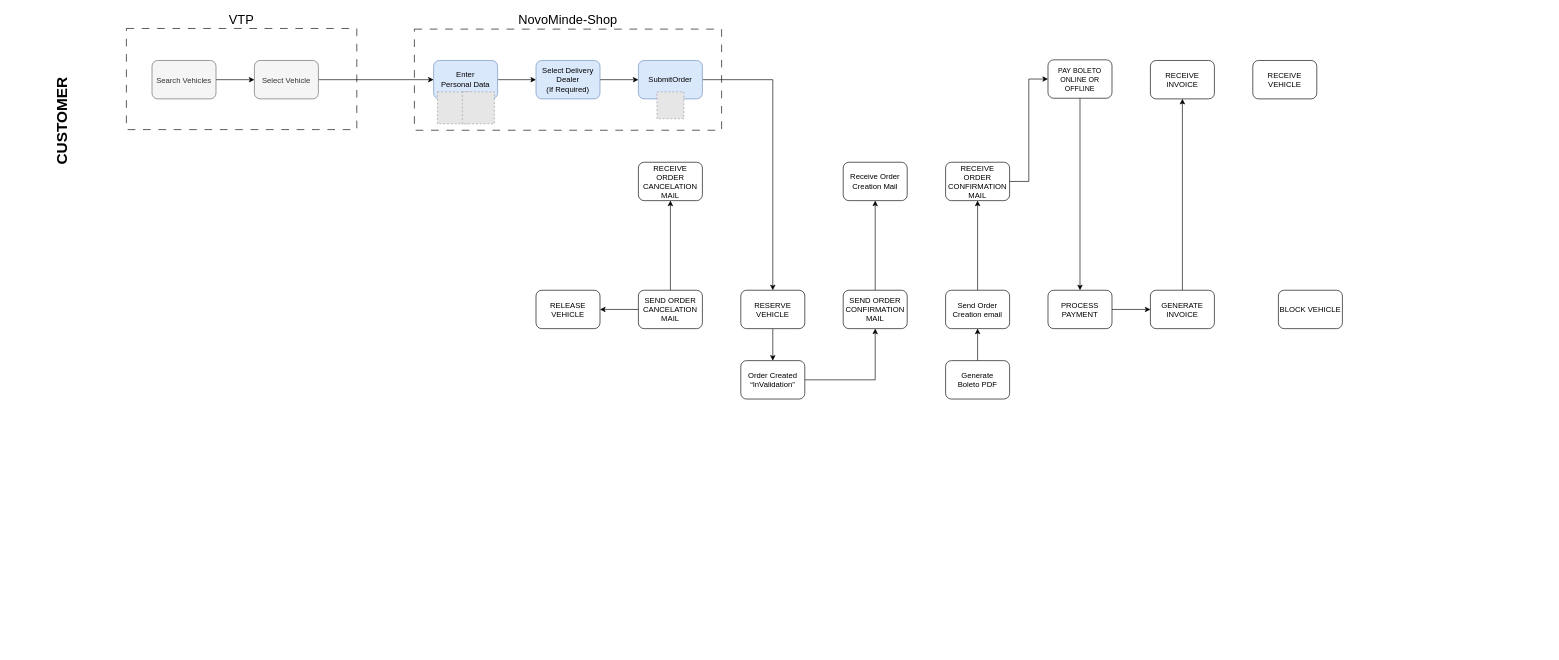
Earlier version of the draw.io diagram eShopLite.drawio (leo-odilon/draw.io). Source tidied: cells renumbered, new cells numbered last; positions are measured from the earlier drawing's top-left corner, leaving out a move shared by most shapes. Both pictures are drawn from the tidied source at 64%, with x=0, y=0 at pixel (11, 28). Pictures stored in the file or linked from it are replaced by grey dashed boxes.
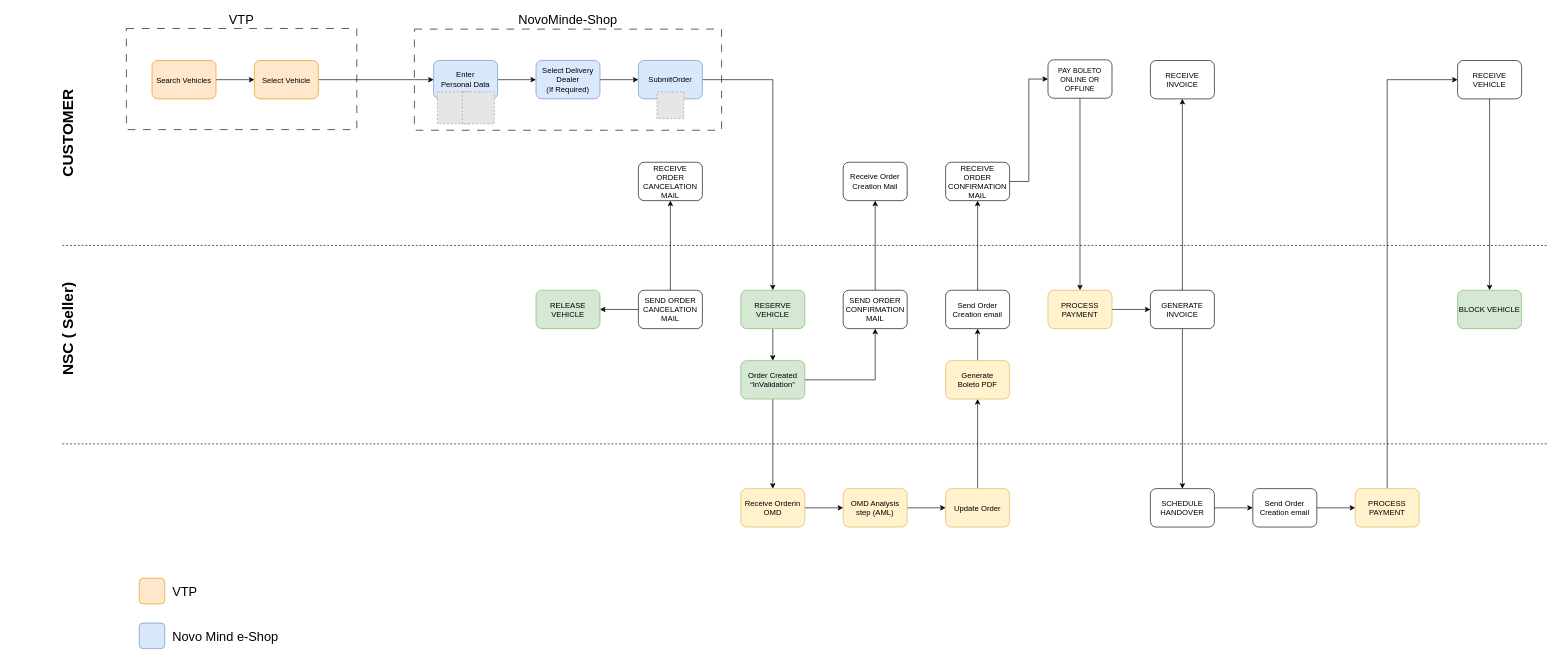
After the change.

Unchanged cells that the change refers to:
```xml
<mxCell id="39" value="&lt;p style=&quot;margin: 0px; font-variant-numeric: normal; font-variant-east-asian: normal; font-variant-alternates: normal; font-kerning: auto; font-optical-sizing: auto; font-feature-settings: normal; font-variation-settings: normal; font-variant-position: normal; font-stretch: normal; line-height: normal;&quot; class=&quot;p1&quot;&gt;&lt;font style=&quot;font-size: 12px;&quot;&gt;GENERATE INVOICE&lt;/font&gt;&lt;/p&gt;" style="rounded=1;whiteSpace=wrap;html=1;align=center;" parent="1" vertex="1">
  <mxGeometry x="1780" y="409" width="100" height="60" as="geometry" />
</mxCell>
```

The edit, as a diff of the source:
```diff
@@
-    <mxCell id="11" value="&lt;p style=&quot;margin: 0px; font-variant-numeric: normal; font-variant-east-asian: normal; font-variant-alternates: normal; font-kerning: auto; font-optical-sizing: auto; font-feature-settings: normal; font-variation-settings: normal; font-variant-position: normal; font-stretch: normal; font-size: 12px; line-height: normal; text-align: start;&quot; class=&quot;p1&quot;&gt;Select Vehicle&lt;/p&gt;" style="rounded=1;whiteSpace=wrap;html=1;fontSize=12;fillColor=#f5f5f5;fontColor=#333333;strokeColor=#666666;" parent="1" vertex="1">
+    <mxCell id="11" value="&lt;p style=&quot;margin: 0px; font-variant-numeric: normal; font-variant-east-asian: normal; font-variant-alternates: normal; font-kerning: auto; font-optical-sizing: auto; font-feature-settings: normal; font-variation-settings: normal; font-variant-position: normal; font-stretch: normal; font-size: 12px; line-height: normal; text-align: start;&quot; class=&quot;p1&quot;&gt;Select Vehicle&lt;/p&gt;" style="rounded=1;whiteSpace=wrap;html=1;fontSize=12;fillColor=#ffe6cc;strokeColor=#d79b00;" parent="1" vertex="1">
       <mxGeometry x="380" y="50" width="100" height="60" as="geometry" />
     </mxCell>
@@
-    <mxCell id="13" value="&lt;p style=&quot;margin: 0px; font-variant-numeric: normal; font-variant-east-asian: normal; font-variant-alternates: normal; font-kerning: auto; font-optical-sizing: auto; font-feature-settings: normal; font-variation-settings: normal; font-variant-position: normal; font-stretch: normal; font-size: 12px; line-height: normal; text-align: start;&quot; class=&quot;p1&quot;&gt;Search Vehicles&lt;/p&gt;" style="rounded=1;whiteSpace=wrap;html=1;fontSize=12;fillColor=#f5f5f5;fontColor=#333333;strokeColor=#666666;" parent="1" vertex="1">
+    <mxCell id="13" value="&lt;p style=&quot;margin: 0px; font-variant-numeric: normal; font-variant-east-asian: normal; font-variant-alternates: normal; font-kerning: auto; font-optical-sizing: auto; font-feature-settings: normal; font-variation-settings: normal; font-variant-position: normal; font-stretch: normal; font-size: 12px; line-height: normal; text-align: start;&quot; class=&quot;p1&quot;&gt;Search Vehicles&lt;/p&gt;" style="rounded=1;whiteSpace=wrap;html=1;fontSize=12;fillColor=#ffe6cc;strokeColor=#d79b00;" parent="1" vertex="1">
       <mxGeometry x="220" y="50" width="100" height="60" as="geometry" />
     </mxCell>
@@
     <mxCell id="16" value="&lt;p style=&quot;margin: 0px; font-variant-numeric: normal; font-variant-east-asian: normal; font-variant-alternates: normal; font-kerning: auto; font-optical-sizing: auto; font-feature-settings: normal; font-variation-settings: normal; font-variant-position: normal; font-stretch: normal; line-height: normal; text-align: start;&quot; class=&quot;p1&quot;&gt;&lt;font style=&quot;font-size: 24px;&quot;&gt;&lt;b&gt;CUSTOMER&lt;/b&gt;&lt;/font&gt;&lt;/p&gt;" style="text;html=1;align=center;verticalAlign=middle;whiteSpace=wrap;rounded=0;textDirection=vertical-lr;rotation=-180;" parent="1" vertex="1">
-      <mxGeometry y="110" width="160" height="70" as="geometry" />
+      <mxGeometry x="10" y="129" width="160" height="70" as="geometry" />
     </mxCell>
@@
-    <mxCell id="20" value="&lt;p style=&quot;margin: 0px; font-variant-numeric: normal; font-variant-east-asian: normal; font-variant-alternates: normal; font-kerning: auto; font-optical-sizing: auto; font-feature-settings: normal; font-variation-settings: normal; font-variant-position: normal; font-stretch: normal; line-height: normal;&quot; class=&quot;p1&quot;&gt;&lt;font style=&quot;font-size: 12px;&quot;&gt;RECEIVE VEHICLE&lt;/font&gt;&lt;/p&gt;" style="rounded=1;whiteSpace=wrap;html=1;align=center;" parent="1" vertex="1">
-      <mxGeometry x="1940" y="50" width="100" height="60" as="geometry" />
-    </mxCell>
@@
-    <mxCell id="26" value="&lt;p style=&quot;margin: 0px; font-variant-numeric: normal; font-variant-east-asian: normal; font-variant-alternates: normal; font-kerning: auto; font-optical-sizing: auto; font-feature-settings: normal; font-variation-settings: normal; font-variant-position: normal; font-stretch: normal; line-height: normal;&quot; class=&quot;p1&quot;&gt;&lt;font style=&quot;font-size: 12px;&quot;&gt;RELEASE VEHICLE&lt;/font&gt;&lt;/p&gt;" style="rounded=1;whiteSpace=wrap;html=1;align=center;" parent="1" vertex="1">
+    <mxCell id="26" value="&lt;p style=&quot;margin: 0px; font-variant-numeric: normal; font-variant-east-asian: normal; font-variant-alternates: normal; font-kerning: auto; font-optical-sizing: auto; font-feature-settings: normal; font-variation-settings: normal; font-variant-position: normal; font-stretch: normal; line-height: normal;&quot; class=&quot;p1&quot;&gt;&lt;font style=&quot;font-size: 12px;&quot;&gt;RELEASE VEHICLE&lt;/font&gt;&lt;/p&gt;" style="rounded=1;whiteSpace=wrap;html=1;align=center;fillColor=#d5e8d4;strokeColor=#82b366;" parent="1" vertex="1">
       <mxGeometry x="820" y="409" width="100" height="60" as="geometry" />
     </mxCell>
@@
-    <mxCell id="31" value="&lt;p style=&quot;margin: 0px; font-variant-numeric: normal; font-variant-east-asian: normal; font-variant-alternates: normal; font-kerning: auto; font-optical-sizing: auto; font-feature-settings: normal; font-variation-settings: normal; font-variant-position: normal; font-stretch: normal; line-height: normal;&quot; class=&quot;p1&quot;&gt;&lt;font style=&quot;font-size: 12px;&quot;&gt;RESERVE VEHICLE&lt;/font&gt;&lt;/p&gt;" style="rounded=1;whiteSpace=wrap;html=1;align=center;" parent="1" vertex="1">
+    <mxCell id="31" value="&lt;p style=&quot;margin: 0px; font-variant-numeric: normal; font-variant-east-asian: normal; font-variant-alternates: normal; font-kerning: auto; font-optical-sizing: auto; font-feature-settings: normal; font-variation-settings: normal; font-variant-position: normal; font-stretch: normal; line-height: normal;&quot; class=&quot;p1&quot;&gt;&lt;font style=&quot;font-size: 12px;&quot;&gt;RESERVE VEHICLE&lt;/font&gt;&lt;/p&gt;" style="rounded=1;whiteSpace=wrap;html=1;align=center;fillColor=#d5e8d4;strokeColor=#82b366;" parent="1" vertex="1">
       <mxGeometry x="1140" y="409" width="100" height="60" as="geometry" />
     </mxCell>
@@
-    <mxCell id="37" value="&lt;p style=&quot;margin: 0px; font-variant-numeric: normal; font-variant-east-asian: normal; font-variant-alternates: normal; font-kerning: auto; font-optical-sizing: auto; font-feature-settings: normal; font-variation-settings: normal; font-variant-position: normal; font-stretch: normal; line-height: normal;&quot; class=&quot;p1&quot;&gt;&lt;font style=&quot;font-size: 12px;&quot;&gt;PROCESS PAYMENT&lt;/font&gt;&lt;/p&gt;" style="rounded=1;whiteSpace=wrap;html=1;align=center;" parent="1" vertex="1">
+    <mxCell id="37" value="&lt;p style=&quot;margin: 0px; font-variant-numeric: normal; font-variant-east-asian: normal; font-variant-alternates: normal; font-kerning: auto; font-optical-sizing: auto; font-feature-settings: normal; font-variation-settings: normal; font-variant-position: normal; font-stretch: normal; line-height: normal;&quot; class=&quot;p1&quot;&gt;&lt;font style=&quot;font-size: 12px;&quot;&gt;PROCESS PAYMENT&lt;/font&gt;&lt;/p&gt;" style="rounded=1;whiteSpace=wrap;html=1;align=center;fillColor=#fff2cc;strokeColor=#d6b656;" parent="1" vertex="1">
       <mxGeometry x="1620" y="409" width="100" height="60" as="geometry" />
     </mxCell>
@@
+    <mxCell id="45" style="edgeStyle=orthogonalEdgeStyle;rounded=0;jettySize=auto;html=1;entryX=0.5;entryY=0;entryDx=0;entryDy=0;" parent="1" edge="1" source="39" target="59">
+      <mxGeometry relative="1" as="geometry" />
+    </mxCell>
@@
-    <mxCell id="40" value="&lt;p style=&quot;margin: 0px; font-variant-numeric: normal; font-variant-east-asian: normal; font-variant-alternates: normal; font-kerning: auto; font-optical-sizing: auto; font-feature-settings: normal; font-variation-settings: normal; font-variant-position: normal; font-stretch: normal; line-height: normal;&quot; class=&quot;p1&quot;&gt;&lt;font style=&quot;font-size: 12px;&quot;&gt;BLOCK VEHICLE&lt;/font&gt;&lt;/p&gt;" style="rounded=1;whiteSpace=wrap;html=1;align=center;" parent="1" vertex="1">
-      <mxGeometry x="1980" y="409" width="100" height="60" as="geometry" />
-    </mxCell>
@@
+    <mxCell id="46" style="edgeStyle=orthogonalEdgeStyle;rounded=0;jettySize=auto;html=1;" parent="1" edge="1" source="42" target="51">
+      <mxGeometry relative="1" as="geometry" />
+    </mxCell>
-    <mxCell id="42" value="&lt;p style=&quot;margin: 0px; font-variant-numeric: normal; font-variant-east-asian: normal; font-variant-alternates: normal; font-kerning: auto; font-optical-sizing: auto; font-feature-settings: normal; font-variation-settings: normal; font-variant-position: normal; font-stretch: normal; line-height: normal;&quot; class=&quot;p1&quot;&gt;&lt;font style=&quot;font-size: 12px;&quot;&gt;Order Created “InValidation”&lt;/font&gt;&lt;/p&gt;" style="rounded=1;whiteSpace=wrap;html=1;align=center;" parent="1" vertex="1">
+    <mxCell id="42" value="&lt;p style=&quot;margin: 0px; font-variant-numeric: normal; font-variant-east-asian: normal; font-variant-alternates: normal; font-kerning: auto; font-optical-sizing: auto; font-feature-settings: normal; font-variation-settings: normal; font-variant-position: normal; font-stretch: normal; line-height: normal;&quot; class=&quot;p1&quot;&gt;&lt;font style=&quot;font-size: 12px;&quot;&gt;Order Created “InValidation”&lt;/font&gt;&lt;/p&gt;" style="rounded=1;whiteSpace=wrap;html=1;align=center;fillColor=#d5e8d4;strokeColor=#82b366;" parent="1" vertex="1">
       <mxGeometry x="1140" y="519" width="100" height="60" as="geometry" />
     </mxCell>
@@
-    <mxCell id="44" value="&lt;p style=&quot;margin: 0px; font-variant-numeric: normal; font-variant-east-asian: normal; font-variant-alternates: normal; font-kerning: auto; font-optical-sizing: auto; font-feature-settings: normal; font-variation-settings: normal; font-variant-position: normal; font-stretch: normal; line-height: normal;&quot; class=&quot;p1&quot;&gt;&lt;font style=&quot;font-size: 12px;&quot;&gt;Generate&lt;br&gt;Boleto PDF&lt;/font&gt;&lt;/p&gt;" style="rounded=1;whiteSpace=wrap;html=1;align=center;" parent="1" vertex="1">
+    <mxCell id="44" value="&lt;p style=&quot;margin: 0px; font-variant-numeric: normal; font-variant-east-asian: normal; font-variant-alternates: normal; font-kerning: auto; font-optical-sizing: auto; font-feature-settings: normal; font-variation-settings: normal; font-variant-position: normal; font-stretch: normal; line-height: normal;&quot; class=&quot;p1&quot;&gt;&lt;font style=&quot;font-size: 12px;&quot;&gt;Generate&lt;br&gt;Boleto PDF&lt;/font&gt;&lt;/p&gt;" style="rounded=1;whiteSpace=wrap;html=1;align=center;fillColor=#fff2cc;strokeColor=#d6b656;" parent="1" vertex="1">
       <mxGeometry x="1460" y="519" width="100" height="60" as="geometry" />
     </mxCell>
+    <mxCell id="47" style="endArrow=none;dashed=1;html=1;rounded=0;" parent="1" edge="1">
+      <mxGeometry relative="1" as="geometry">
+        <mxPoint x="80" y="339" as="sourcePoint" />
+        <mxPoint x="2400" y="339" as="targetPoint" />
+      </mxGeometry>
+    </mxCell>
+    <mxCell id="48" value="&lt;p style=&quot;margin: 0px; font-variant-numeric: normal; font-variant-east-asian: normal; font-variant-alternates: normal; font-kerning: auto; font-optical-sizing: auto; font-feature-settings: normal; font-variation-settings: normal; font-variant-position: normal; font-stretch: normal; line-height: normal; text-align: start;&quot; class=&quot;p1&quot;&gt;&lt;font style=&quot;font-size: 24px;&quot;&gt;&lt;b&gt;NSC ( Seller)&lt;/b&gt;&lt;/font&gt;&lt;/p&gt;" style="text;html=1;align=center;verticalAlign=middle;whiteSpace=wrap;rounded=0;textDirection=vertical-lr;rotation=-180;" parent="1" vertex="1">
+      <mxGeometry x="10" y="379" width="160" height="180" as="geometry" />
+    </mxCell>
+    <mxCell id="49" style="endArrow=none;dashed=1;html=1;rounded=0;" parent="1" edge="1">
+      <mxGeometry relative="1" as="geometry">
+        <mxPoint x="80" y="649" as="sourcePoint" />
+        <mxPoint x="2400" y="649" as="targetPoint" />
+      </mxGeometry>
+    </mxCell>
+    <mxCell id="50" style="edgeStyle=orthogonalEdgeStyle;rounded=0;jettySize=auto;html=1;entryX=0;entryY=0.5;entryDx=0;entryDy=0;" parent="1" edge="1" source="51" target="53">
+      <mxGeometry relative="1" as="geometry" />
+    </mxCell>
+    <mxCell id="51" value="&lt;p style=&quot;margin: 0px; font-variant-numeric: normal; font-variant-east-asian: normal; font-variant-alternates: normal; font-kerning: auto; font-optical-sizing: auto; font-feature-settings: normal; font-variation-settings: normal; font-variant-position: normal; font-stretch: normal; line-height: normal;&quot; class=&quot;p1&quot;&gt;&lt;font style=&quot;font-size: 12px;&quot;&gt;Receive Orderin OMD&lt;/font&gt;&lt;/p&gt;" style="rounded=1;whiteSpace=wrap;html=1;align=center;fillColor=#fff2cc;strokeColor=#d6b656;" parent="1" vertex="1">
+      <mxGeometry x="1140" y="719" width="100" height="60" as="geometry" />
+    </mxCell>
+    <mxCell id="52" style="edgeStyle=orthogonalEdgeStyle;rounded=0;jettySize=auto;html=1;entryX=0;entryY=0.5;entryDx=0;entryDy=0;" parent="1" edge="1" source="53" target="55">
+      <mxGeometry relative="1" as="geometry" />
+    </mxCell>
+    <mxCell id="53" value="&lt;p style=&quot;margin: 0px; font-variant-numeric: normal; font-variant-east-asian: normal; font-variant-alternates: normal; font-kerning: auto; font-optical-sizing: auto; font-feature-settings: normal; font-variation-settings: normal; font-variant-position: normal; font-stretch: normal; line-height: normal;&quot; class=&quot;p1&quot;&gt;&lt;font style=&quot;font-size: 12px;&quot;&gt;OMD Analysis step (AML)&lt;/font&gt;&lt;/p&gt;" style="rounded=1;whiteSpace=wrap;html=1;align=center;fillColor=#fff2cc;strokeColor=#d6b656;" parent="1" vertex="1">
+      <mxGeometry x="1300" y="719" width="100" height="60" as="geometry" />
+    </mxCell>
+    <mxCell id="54" style="edgeStyle=orthogonalEdgeStyle;rounded=0;jettySize=auto;html=1;entryX=0.5;entryY=1;entryDx=0;entryDy=0;" parent="1" edge="1" source="55" target="44">
+      <mxGeometry relative="1" as="geometry" />
+    </mxCell>
+    <mxCell id="55" value="&lt;p style=&quot;margin: 0px; font-variant-numeric: normal; font-variant-east-asian: normal; font-variant-alternates: normal; font-kerning: auto; font-optical-sizing: auto; font-feature-settings: normal; font-variation-settings: normal; font-variant-position: normal; font-stretch: normal; line-height: normal;&quot; class=&quot;p1&quot;&gt;&lt;font style=&quot;font-size: 12px;&quot;&gt;Update Order&lt;/font&gt;&lt;/p&gt;" style="rounded=1;whiteSpace=wrap;html=1;align=center;fillColor=#fff2cc;strokeColor=#d6b656;" parent="1" vertex="1">
+      <mxGeometry x="1460" y="719" width="100" height="60" as="geometry" />
+    </mxCell>
+    <mxCell id="56" style="edgeStyle=orthogonalEdgeStyle;rounded=0;jettySize=auto;html=1;entryX=0;entryY=0.5;entryDx=0;entryDy=0;" parent="1" edge="1" source="57" target="61">
+      <mxGeometry relative="1" as="geometry" />
+    </mxCell>
+    <mxCell id="57" value="&lt;p style=&quot;margin: 0px; font-variant-numeric: normal; font-variant-east-asian: normal; font-variant-alternates: normal; font-kerning: auto; font-optical-sizing: auto; font-feature-settings: normal; font-variation-settings: normal; font-variant-position: normal; font-stretch: normal; line-height: normal;&quot; class=&quot;p1&quot;&gt;&lt;font style=&quot;font-size: 12px;&quot;&gt;Send Order Creation email&lt;/font&gt;&lt;/p&gt;" style="rounded=1;whiteSpace=wrap;html=1;align=center;" parent="1" vertex="1">
+      <mxGeometry x="1940" y="719" width="100" height="60" as="geometry" />
+    </mxCell>
+    <mxCell id="58" style="edgeStyle=orthogonalEdgeStyle;rounded=0;jettySize=auto;html=1;entryX=0;entryY=0.5;entryDx=0;entryDy=0;" parent="1" edge="1" source="59" target="57">
+      <mxGeometry relative="1" as="geometry" />
+    </mxCell>
+    <mxCell id="59" value="&lt;p style=&quot;margin: 0px; font-variant-numeric: normal; font-variant-east-asian: normal; font-variant-alternates: normal; font-kerning: auto; font-optical-sizing: auto; font-feature-settings: normal; font-variation-settings: normal; font-variant-position: normal; font-stretch: normal; line-height: normal;&quot; class=&quot;p1&quot;&gt;&lt;font style=&quot;font-size: 12px;&quot;&gt;SCHEDULE HANDOVER&lt;/font&gt;&lt;/p&gt;" style="rounded=1;whiteSpace=wrap;html=1;align=center;" parent="1" vertex="1">
+      <mxGeometry x="1780" y="719" width="100" height="60" as="geometry" />
+    </mxCell>
+    <mxCell id="60" style="edgeStyle=orthogonalEdgeStyle;rounded=0;jettySize=auto;html=1;entryX=0;entryY=0.5;entryDx=0;entryDy=0;" parent="1" edge="1" source="61" target="20">
+      <mxGeometry relative="1" as="geometry">
+        <Array as="points">
+          <mxPoint x="2150" y="80" />
+        </Array>
+      </mxGeometry>
+    </mxCell>
+    <mxCell id="61" value="&lt;p style=&quot;margin: 0px; font-variant-numeric: normal; font-variant-east-asian: normal; font-variant-alternates: normal; font-kerning: auto; font-optical-sizing: auto; font-feature-settings: normal; font-variation-settings: normal; font-variant-position: normal; font-stretch: normal; line-height: normal;&quot; class=&quot;p1&quot;&gt;&lt;font style=&quot;font-size: 12px;&quot;&gt;PROCESS PAYMENT&lt;/font&gt;&lt;/p&gt;" style="rounded=1;whiteSpace=wrap;html=1;align=center;fillColor=#fff2cc;strokeColor=#d6b656;" parent="1" vertex="1">
+      <mxGeometry x="2100" y="719" width="100" height="60" as="geometry" />
+    </mxCell>
+    <mxCell id="62" style="edgeStyle=orthogonalEdgeStyle;rounded=0;jettySize=auto;html=1;entryX=0.5;entryY=0;entryDx=0;entryDy=0;" parent="1" edge="1" source="20" target="40">
+      <mxGeometry relative="1" as="geometry" />
+    </mxCell>
+    <mxCell id="20" value="&lt;p style=&quot;margin: 0px; font-variant-numeric: normal; font-variant-east-asian: normal; font-variant-alternates: normal; font-kerning: auto; font-optical-sizing: auto; font-feature-settings: normal; font-variation-settings: normal; font-variant-position: normal; font-stretch: normal; line-height: normal;&quot; class=&quot;p1&quot;&gt;&lt;font style=&quot;font-size: 12px;&quot;&gt;RECEIVE VEHICLE&lt;/font&gt;&lt;/p&gt;" style="rounded=1;whiteSpace=wrap;html=1;align=center;" parent="1" vertex="1">
+      <mxGeometry x="2260" y="50" width="100" height="60" as="geometry" />
+    </mxCell>
+    <mxCell id="40" value="&lt;p style=&quot;margin: 0px; font-variant-numeric: normal; font-variant-east-asian: normal; font-variant-alternates: normal; font-kerning: auto; font-optical-sizing: auto; font-feature-settings: normal; font-variation-settings: normal; font-variant-position: normal; font-stretch: normal; line-height: normal;&quot; class=&quot;p1&quot;&gt;&lt;font style=&quot;font-size: 12px;&quot;&gt;BLOCK VEHICLE&lt;/font&gt;&lt;/p&gt;" style="rounded=1;whiteSpace=wrap;html=1;align=center;fillColor=#d5e8d4;strokeColor=#82b366;" parent="1" vertex="1">
+      <mxGeometry x="2260" y="409" width="100" height="60" as="geometry" />
+    </mxCell>
+    <mxCell id="63" value="&lt;p style=&quot;margin: 0px; font-variant-numeric: normal; font-variant-east-asian: normal; font-variant-alternates: normal; font-kerning: auto; font-optical-sizing: auto; font-feature-settings: normal; font-variation-settings: normal; font-variant-position: normal; font-stretch: normal; font-size: 12px; line-height: normal; text-align: start;&quot; class=&quot;p1&quot;&gt;&lt;br&gt;&lt;/p&gt;" style="rounded=1;whiteSpace=wrap;html=1;fontSize=12;fillColor=#ffe6cc;strokeColor=#d79b00;" parent="1" vertex="1">
+      <mxGeometry x="200" y="859" width="40" height="40" as="geometry" />
+    </mxCell>
+    <mxCell id="64" value="VTP" style="text;html=1;align=left;verticalAlign=middle;strokeColor=none;fillColor=none;fontSize=20;" parent="1" vertex="1">
+      <mxGeometry x="250" y="859" width="60" height="40" as="geometry" />
+    </mxCell>
+    <mxCell id="65" value="&lt;p style=&quot;margin: 0px; font-variant-numeric: normal; font-variant-east-asian: normal; font-variant-alternates: normal; font-kerning: auto; font-optical-sizing: auto; font-feature-settings: normal; font-variation-settings: normal; font-variant-position: normal; font-stretch: normal; font-size: 12px; line-height: normal; text-align: start;&quot; class=&quot;p1&quot;&gt;&lt;br&gt;&lt;/p&gt;" style="rounded=1;whiteSpace=wrap;html=1;fontSize=12;fillColor=#dae8fc;strokeColor=#6c8ebf;" parent="1" vertex="1">
+      <mxGeometry x="200" y="929" width="40" height="40" as="geometry" />
+    </mxCell>
+    <mxCell id="66" value="Novo Mind e-Shop" style="text;align=left;verticalAlign=middle;strokeColor=none;fillColor=none;fontSize=20;html=1;" parent="1" vertex="1">
+      <mxGeometry x="250" y="929" width="190" height="40" as="geometry" />
+    </mxCell>
```
